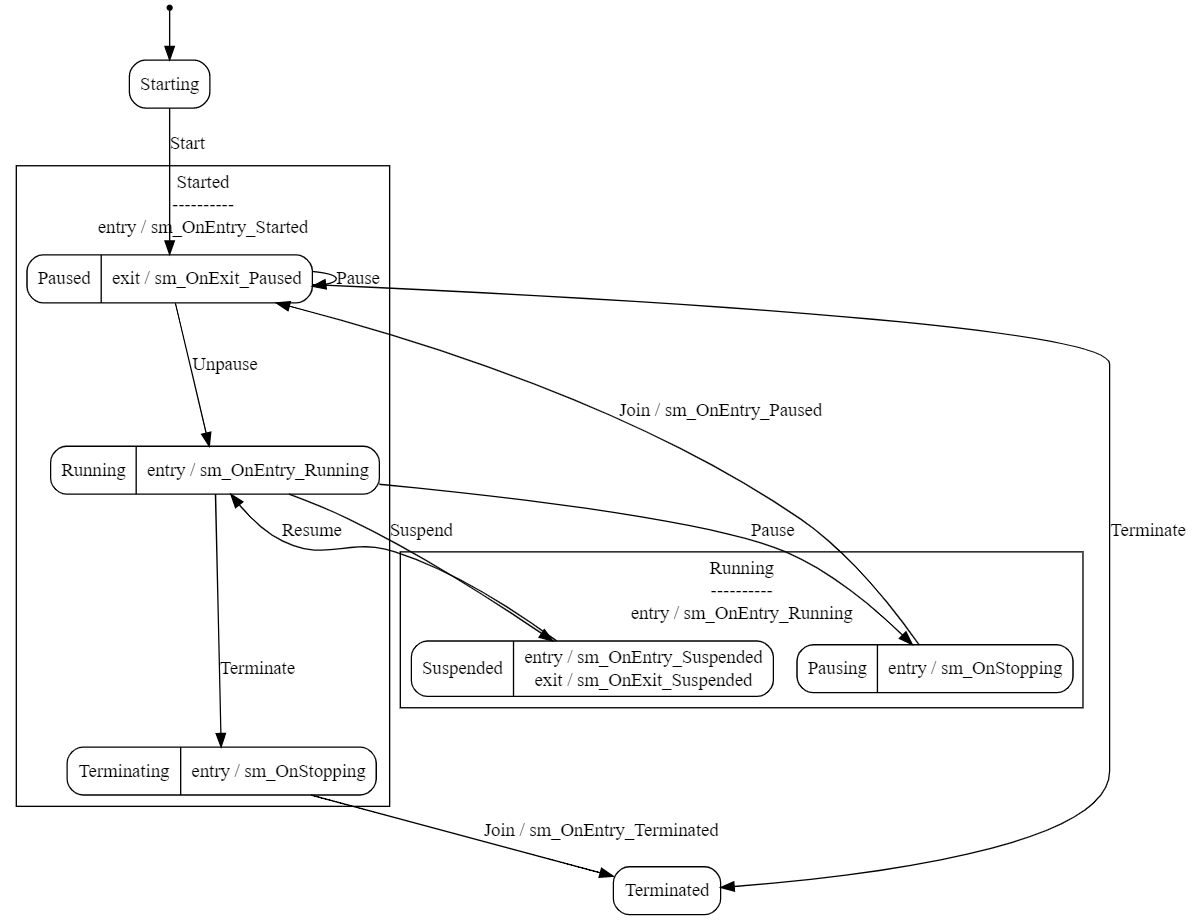
The Graphviz diagram Docs/Robotron/statemachine-MachineOperator.png in fschuhi/Robotron_2084, before a commit. Its source is kept beside it as Docs/Robotron/statemachine-MachineOperator.dot.
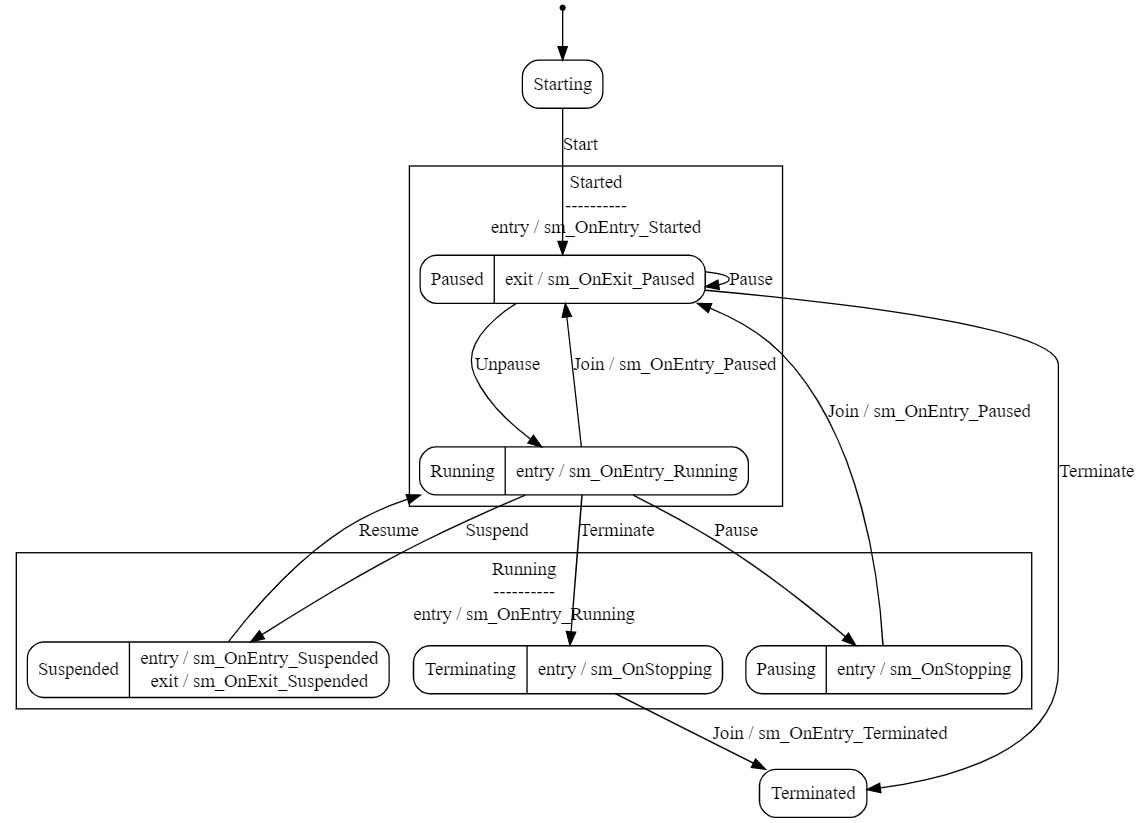
Above is the later version.

The edit, as a diff of the source:
```diff
@@ -8,7 +8,6 @@
 	label = "Started\n----------\nentry / sm_OnEntry_Started"
 Paused [label="Paused|exit / sm_OnExit_Paused"];
 Running [label="Running|entry / sm_OnEntry_Running"];
-Terminating [label="Terminating|entry / sm_OnStopping"];
 }
 
 subgraph clusterRunning
@@ -16,6 +15,7 @@
 	label = "Running\n----------\nentry / sm_OnEntry_Running"
 Suspended [label="Suspended|entry / sm_OnEntry_Suspended\nexit / sm_OnExit_Suspended"];
 Pausing [label="Pausing|entry / sm_OnStopping"];
+Terminating [label="Terminating|entry / sm_OnStopping"];
 }
 Starting [label="Starting"];
 Terminated [label="Terminated"];
@@ -24,6 +24,7 @@
 Paused -> Running [style="solid", label="Unpause"];
 Paused -> Terminated [style="solid", label="Terminate"];
 Paused -> Paused [style="solid", label="Pause"];
+Running -> Paused [style="solid", label="Join / sm_OnEntry_Paused"];
 Running -> Suspended [style="solid", label="Suspend"];
 Running -> Pausing [style="solid", label="Pause"];
 Running -> Terminating [style="solid", label="Terminate"];
```
